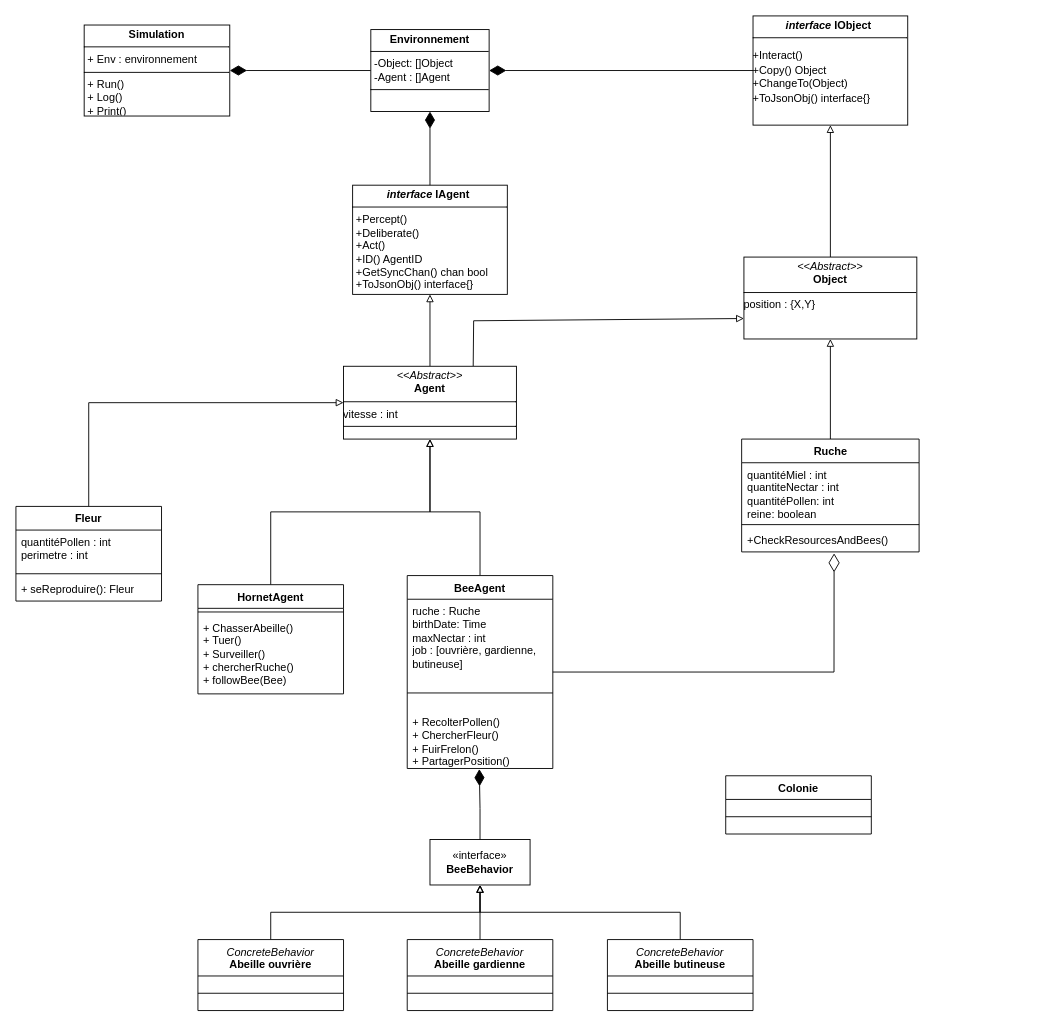
Before: architecture/simu_bees_uml.drawio in vlkduro/multi-agent-system, a draw.io diagram. Source tidied: cells renumbered, new cells numbered last; positions are measured from the earlier drawing's top-left corner, leaving out a move shared by most shapes. Both pictures are drawn from the tidied source at 91%, with x=0, y=0 at pixel (15, 15).
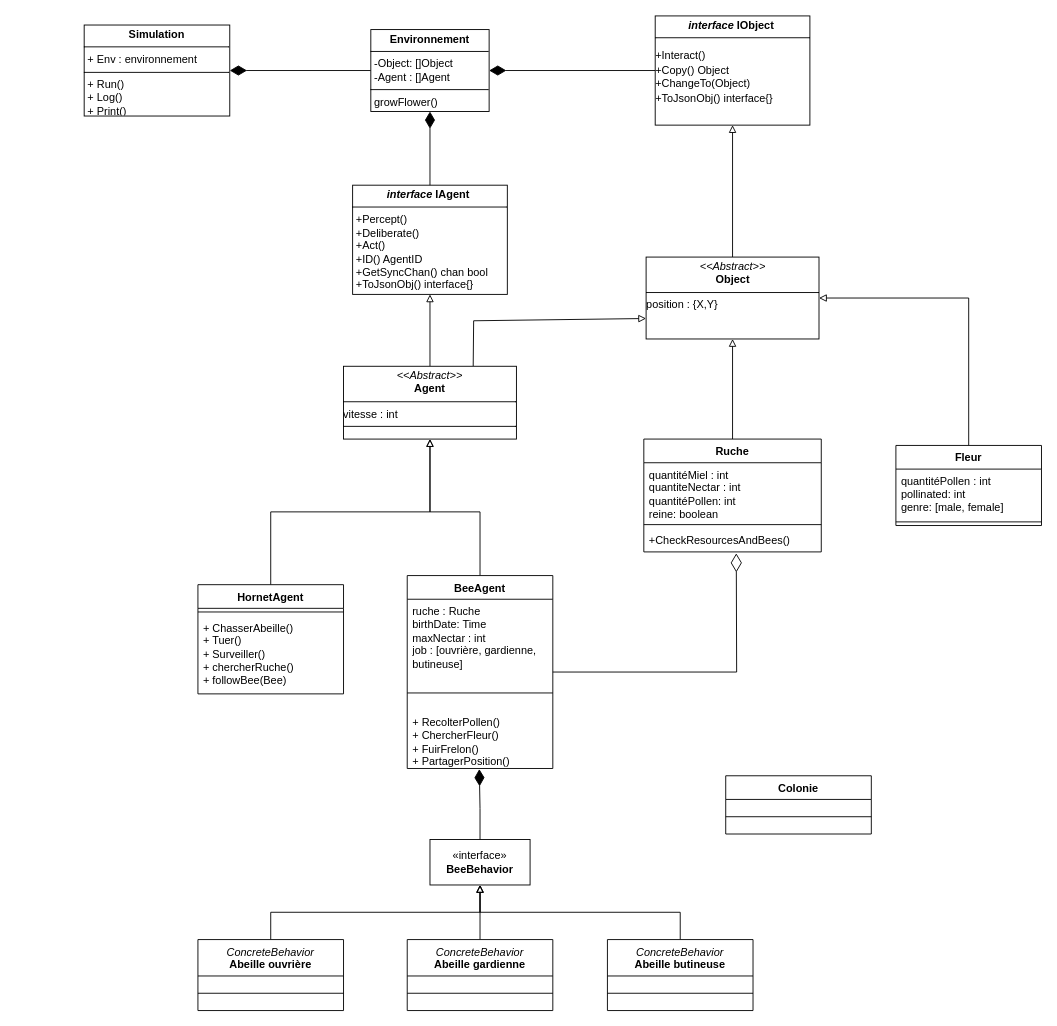
After the change.

Commit message (it also covers changes not shown here):
docs: update UML with flower object

The change refers to these unchanged cells:
```xml
<mxCell id="5" value="BeeAgent" style="swimlane;fontStyle=1;align=center;verticalAlign=top;horizontal=1;startSize=26;whiteSpace=wrap;html=1;" parent="1" vertex="1">
  <mxGeometry x="430" y="615" width="160" height="212" as="geometry" />
</mxCell>
<mxCell id="15" value="&lt;p style=&quot;margin:0px;margin-top:4px;text-align:center;&quot;&gt;&lt;i&gt;&amp;lt;&amp;lt;Abstract&amp;gt;&amp;gt;&lt;/i&gt;&lt;br&gt;&lt;b&gt;Agent&lt;/b&gt;&lt;/p&gt;&lt;hr size=&quot;1&quot; style=&quot;border-style:solid;&quot;&gt;&lt;div&gt;&lt;span style=&quot;background-color: initial;&quot;&gt;vitesse : int&lt;/span&gt;&lt;br&gt;&lt;/div&gt;&lt;hr size=&quot;1&quot; style=&quot;border-style:solid;&quot;&gt;&lt;p style=&quot;margin:0px;margin-left:4px;&quot;&gt;&lt;br&gt;&lt;/p&gt;" style="verticalAlign=top;align=left;overflow=fill;html=1;whiteSpace=wrap;" parent="1" vertex="1">
  <mxGeometry x="360" y="385" width="190" height="80" as="geometry" />
</mxCell>
<mxCell id="32" value="+CheckResourcesAndBees()" style="text;strokeColor=none;fillColor=none;align=left;verticalAlign=top;spacingLeft=4;spacingRight=4;overflow=hidden;points=[[0,0.5],[1,0.5]];portConstraint=eastwest;whiteSpace=wrap;html=1;" parent="29" vertex="1">
  <mxGeometry y="98" width="195" height="26" as="geometry" />
</mxCell>
```

Diff of the diagram source:
```diff
@@
     <mxCell id="4" style="edgeStyle=none;html=1;exitX=1;exitY=0.5;exitDx=0;exitDy=0;strokeWidth=1;endArrow=diamondThin;endFill=0;endSize=18;strokeColor=default;rounded=0;entryX=0.521;entryY=1.059;entryDx=0;entryDy=0;entryPerimeter=0;" parent="1" edge="1" source="5" target="32">
       <mxGeometry relative="1" as="geometry">
         <Array as="points">
-          <mxPoint x="899" y="721" />
+          <mxPoint x="792" y="721" />
         </Array>
       </mxGeometry>
     </mxCell>
@@
-    <mxCell id="18" value="&lt;p style=&quot;margin:0px;margin-top:4px;text-align:center;&quot;&gt;&lt;b&gt;Environnement&lt;/b&gt;&lt;/p&gt;&lt;hr size=&quot;1&quot; style=&quot;border-style:solid;&quot;&gt;&lt;p style=&quot;margin:0px;margin-left:4px;&quot;&gt;-Object: []Object&lt;/p&gt;&lt;p style=&quot;margin:0px;margin-left:4px;&quot;&gt;-Agent : []Agent&lt;/p&gt;&lt;hr size=&quot;1&quot; style=&quot;border-style:solid;&quot;&gt;&lt;p style=&quot;margin:0px;margin-left:4px;&quot;&gt;&lt;br&gt;&lt;/p&gt;" style="verticalAlign=top;align=left;overflow=fill;html=1;whiteSpace=wrap;" parent="1" vertex="1">
+    <mxCell id="18" value="&lt;p style=&quot;margin:0px;margin-top:4px;text-align:center;&quot;&gt;&lt;b&gt;Environnement&lt;/b&gt;&lt;/p&gt;&lt;hr size=&quot;1&quot; style=&quot;border-style:solid;&quot;&gt;&lt;p style=&quot;margin:0px;margin-left:4px;&quot;&gt;-Object: []Object&lt;/p&gt;&lt;p style=&quot;margin:0px;margin-left:4px;&quot;&gt;-Agent : []Agent&lt;/p&gt;&lt;hr size=&quot;1&quot; style=&quot;border-style:solid;&quot;&gt;&lt;p style=&quot;margin:0px;margin-left:4px;&quot;&gt;growFlower()&lt;/p&gt;" style="verticalAlign=top;align=left;overflow=fill;html=1;whiteSpace=wrap;" parent="1" vertex="1">
       <mxGeometry x="390" y="15" width="130" height="90" as="geometry" />
     </mxCell>
     <mxCell id="19" value="&lt;p style=&quot;margin:0px;margin-top:4px;text-align:center;&quot;&gt;&lt;b&gt;&lt;font face=&quot;Helvetica&quot;&gt;&lt;i&gt;interface&lt;/i&gt; IObject&amp;nbsp;&lt;/font&gt;&lt;/b&gt;&lt;/p&gt;&lt;hr size=&quot;1&quot; style=&quot;border-style:solid;&quot;&gt;&lt;p style=&quot;margin:0px;margin-left:4px;&quot;&gt;&lt;/p&gt;&lt;pre lang=&quot;go&quot; class=&quot;code highlight&quot;&gt;&lt;font face=&quot;Helvetica&quot;&gt;&lt;span class=&quot;&quot;&gt;+Interact()&lt;/span&gt;&lt;br&gt;&lt;span class=&quot;&quot;&gt;+Copy() Object&lt;/span&gt;&lt;br&gt;&lt;span class=&quot;&quot;&gt;+ChangeTo(Object)&lt;/span&gt;&lt;br&gt;&lt;span class=&quot;&quot;&gt;+ToJsonObj() &lt;/span&gt;&lt;span class=&quot;hljs-keyword&quot;&gt;interface&lt;/span&gt;&lt;span class=&quot;&quot;&gt;{}&lt;/span&gt;&lt;/font&gt;&lt;/pre&gt;" style="verticalAlign=top;align=left;overflow=fill;html=1;whiteSpace=wrap;" parent="1" vertex="1">
-      <mxGeometry x="810" width="170" height="120" as="geometry" />
+      <mxGeometry x="702.5" width="170" height="120" as="geometry" />
     </mxCell>
@@
     <mxCell id="21" value="&lt;p style=&quot;margin:0px;margin-top:4px;text-align:center;&quot;&gt;&lt;i&gt;&amp;lt;&amp;lt;Abstract&amp;gt;&amp;gt;&lt;/i&gt;&lt;br&gt;&lt;b&gt;Object&lt;/b&gt;&lt;/p&gt;&lt;hr size=&quot;1&quot; style=&quot;border-style:solid;&quot;&gt;&lt;div&gt;position : {X,Y}&lt;/div&gt;&lt;div&gt;&lt;/div&gt;&lt;p style=&quot;margin:0px;margin-left:4px;&quot;&gt;&lt;br&gt;&lt;/p&gt;" style="verticalAlign=top;align=left;overflow=fill;html=1;whiteSpace=wrap;" parent="1" vertex="1">
-      <mxGeometry x="800" y="265" width="190" height="90" as="geometry" />
+      <mxGeometry x="692.5" y="265" width="190" height="90" as="geometry" />
     </mxCell>
@@
-    <mxCell id="23" style="edgeStyle=orthogonalEdgeStyle;rounded=0;jettySize=auto;html=1;exitX=0.5;exitY=0;exitDx=0;exitDy=0;entryX=0;entryY=0.5;entryDx=0;entryDy=0;endArrow=block;endFill=0;" parent="1" edge="1" source="24" target="15">
+    <mxCell id="23" style="edgeStyle=orthogonalEdgeStyle;rounded=0;jettySize=auto;html=1;exitX=0.5;exitY=0;exitDx=0;exitDy=0;entryX=1;entryY=0.5;entryDx=0;entryDy=0;endArrow=block;endFill=0;" parent="1" edge="1" source="24" target="21">
       <mxGeometry relative="1" as="geometry" />
     </mxCell>
     <mxCell id="24" value="Fleur" style="swimlane;fontStyle=1;align=center;verticalAlign=top;horizontal=1;startSize=26;whiteSpace=wrap;html=1;" parent="1" vertex="1">
-      <mxGeometry y="539" width="160" height="104" as="geometry" />
+      <mxGeometry x="967" y="472" width="160" height="88" as="geometry" />
     </mxCell>
-    <mxCell id="25" value="quantitéPollen : int&lt;br&gt;perimetre : int" style="text;strokeColor=none;fillColor=none;align=left;verticalAlign=top;spacingLeft=4;spacingRight=4;overflow=hidden;whiteSpace=wrap;html=1;" parent="24" vertex="1">
-      <mxGeometry y="26" width="160" height="44" as="geometry" />
+    <mxCell id="25" value="quantitéPollen : int&lt;br&gt;pollinated: int&lt;br&gt;genre: [male, female]" style="text;strokeColor=none;fillColor=none;align=left;verticalAlign=top;spacingLeft=4;spacingRight=4;overflow=hidden;whiteSpace=wrap;html=1;" parent="24" vertex="1">
+      <mxGeometry y="26" width="160" height="54" as="geometry" />
     </mxCell>
     <mxCell id="26" style="line;strokeWidth=1;fillColor=none;align=left;verticalAlign=middle;spacingTop=-1;spacingLeft=3;spacingRight=3;labelPosition=right;strokeColor=inherit;" parent="24" vertex="1">
-      <mxGeometry y="70" width="160" height="8" as="geometry" />
+      <mxGeometry y="80" width="160" height="8" as="geometry" />
     </mxCell>
-    <mxCell id="27" value="+ seReproduire(): Fleur" style="text;strokeColor=none;fillColor=none;align=left;verticalAlign=top;spacingLeft=4;spacingRight=4;overflow=hidden;whiteSpace=wrap;html=1;" parent="24" vertex="1">
-      <mxGeometry y="78" width="160" height="26" as="geometry" />
-    </mxCell>
@@
     <mxCell id="29" value="Ruche" style="swimlane;fontStyle=1;align=center;verticalAlign=top;horizontal=1;startSize=26;whiteSpace=wrap;html=1;" parent="1" vertex="1">
-      <mxGeometry x="797.5" y="465" width="195" height="124" as="geometry" />
+      <mxGeometry x="690" y="465" width="195" height="124" as="geometry" />
     </mxCell>
```
